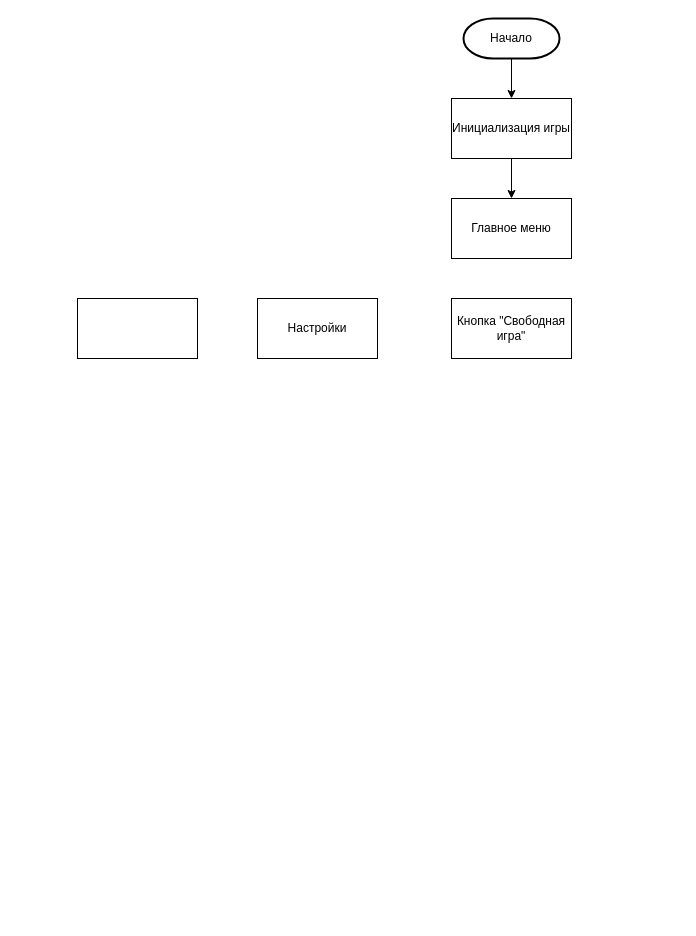
BatCatRus/Spelled_Blood keeps this draw.io diagram as Блок-схема.drawio. Above is the earlier version. Source tidied: cells renumbered, new cells numbered last; positions are measured from the earlier drawing's top-left corner, leaving out a move shared by most shapes. Both pictures are drawn from the tidied source at 100%, with x=0, y=0 at pixel (77, 18).
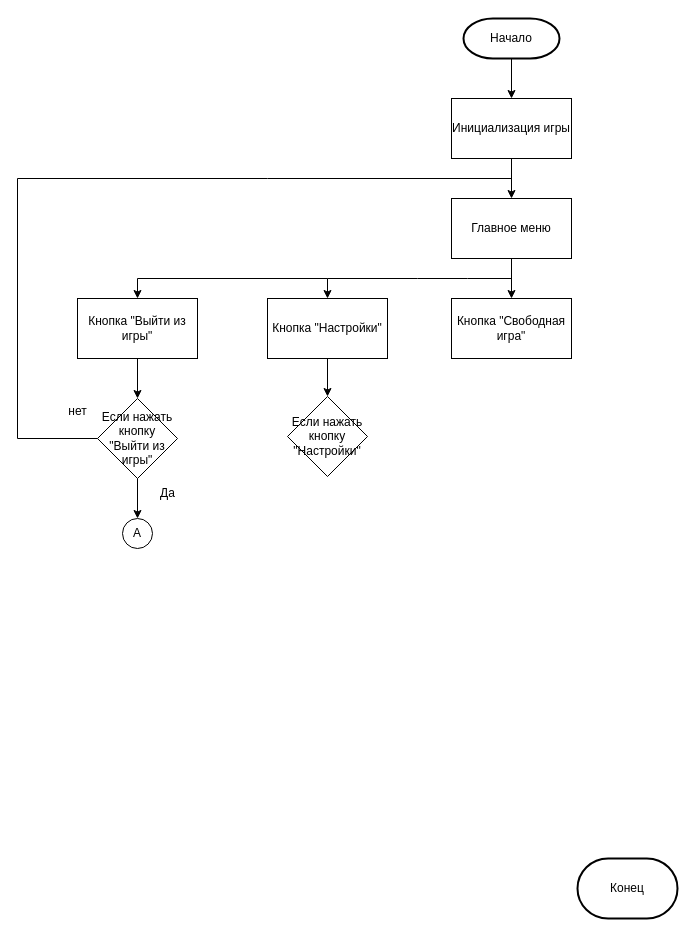
The same diagram, later.

The change refers to these unchanged cells:
```xml
<mxCell id="4" value="Инициализация игры" style="rounded=0;whiteSpace=wrap;html=1;" parent="1" vertex="1">
  <mxGeometry x="374" y="80" width="120" height="60" as="geometry" />
</mxCell>
<mxCell id="5" value="Главное меню" style="rounded=0;whiteSpace=wrap;html=1;" parent="1" vertex="1">
  <mxGeometry x="374" y="180" width="120" height="60" as="geometry" />
</mxCell>
<mxCell id="8" value="Кнопка &quot;Свободная игра&quot;" style="rounded=0;whiteSpace=wrap;html=1;" parent="1" vertex="1">
  <mxGeometry x="374" y="280" width="120" height="60" as="geometry" />
</mxCell>
```

The edit, as a diff of the source:
```diff
@@
-    <mxCell id="7" value="Настройки" style="rounded=0;whiteSpace=wrap;html=1;" parent="1" vertex="1">
-      <mxGeometry x="180" y="280" width="120" height="60" as="geometry" />
+    <mxCell id="7" value="Кнопка &quot;Настройки&quot;" style="rounded=0;whiteSpace=wrap;html=1;" parent="1" vertex="1">
+      <mxGeometry x="190" y="280" width="120" height="60" as="geometry" />
     </mxCell>
@@
-    <mxCell id="9" style="rounded=0;whiteSpace=wrap;html=1;" parent="1" vertex="1">
+    <mxCell id="9" value="Кнопка &quot;Выйти из игры&quot;" style="rounded=0;whiteSpace=wrap;html=1;" parent="1" vertex="1">
       <mxGeometry y="280" width="120" height="60" as="geometry" />
     </mxCell>
+    <mxCell id="10" style="endArrow=classic;html=1;rounded=0;entryX=0.5;entryY=0;entryDx=0;entryDy=0;exitX=0.5;exitY=1;exitDx=0;exitDy=0;" parent="1" edge="1" source="5" target="8">
+      <mxGeometry relative="1" as="geometry" />
+    </mxCell>
+    <mxCell id="11" style="endArrow=classic;html=1;rounded=0;entryX=0.5;entryY=0;entryDx=0;entryDy=0;startSize=5;exitX=0.5;exitY=1;exitDx=0;exitDy=0;" parent="1" edge="1" source="5" target="7">
+      <mxGeometry relative="1" as="geometry">
+        <Array as="points">
+          <mxPoint x="434" y="260" />
+          <mxPoint x="390" y="260" />
+          <mxPoint x="340" y="260" />
+          <mxPoint x="250" y="260" />
+        </Array>
+      </mxGeometry>
+    </mxCell>
+    <mxCell id="12" style="endArrow=classic;html=1;rounded=0;entryX=0.5;entryY=0;entryDx=0;entryDy=0;" parent="1" edge="1" target="9">
+      <mxGeometry relative="1" as="geometry">
+        <mxPoint x="250" y="260" as="sourcePoint" />
+        <Array as="points">
+          <mxPoint x="60" y="260" />
+        </Array>
+      </mxGeometry>
+    </mxCell>
+    <mxCell id="13" value="Если нажать кнопку &quot;Выйти из игры&quot;" style="rhombus;whiteSpace=wrap;html=1;" parent="1" vertex="1">
+      <mxGeometry x="20" y="380" width="80" height="80" as="geometry" />
+    </mxCell>
+    <mxCell id="14" style="endArrow=classic;html=1;rounded=0;exitX=0.5;exitY=1;exitDx=0;exitDy=0;entryX=0.5;entryY=0;entryDx=0;entryDy=0;" parent="1" edge="1" source="9" target="13">
+      <mxGeometry relative="1" as="geometry" />
+    </mxCell>
+    <mxCell id="15" style="endArrow=none;html=1;rounded=0;exitX=0;exitY=0.5;exitDx=0;exitDy=0;entryX=0.5;entryY=1;entryDx=0;entryDy=0;endFill=0;" parent="1" edge="1" source="13" target="4">
+      <mxGeometry relative="1" as="geometry">
+        <Array as="points">
+          <mxPoint x="-60" y="420" />
+          <mxPoint x="-60" y="160" />
+          <mxPoint x="190" y="160" />
+          <mxPoint x="434" y="160" />
+        </Array>
+      </mxGeometry>
+    </mxCell>
+    <mxCell id="16" value="Конец" style="strokeWidth=2;html=1;shape=mxgraph.flowchart.terminator;whiteSpace=wrap;direction=west;" parent="1" vertex="1">
+      <mxGeometry x="500" y="840" width="100" height="60" as="geometry" />
+    </mxCell>
+    <mxCell id="17" value="нет" style="text;html=1;align=center;verticalAlign=middle;strokeColor=none;fillColor=none;" parent="1" vertex="1">
+      <mxGeometry x="-20" y="378" width="40" height="30" as="geometry" />
+    </mxCell>
+    <mxCell id="18" value="Да" style="text;html=1;align=center;verticalAlign=middle;strokeColor=none;fillColor=none;" parent="1" vertex="1">
+      <mxGeometry x="70" y="460" width="40" height="30" as="geometry" />
+    </mxCell>
+    <mxCell id="19" style="endArrow=classic;html=1;rounded=0;exitX=0.5;exitY=1;exitDx=0;exitDy=0;" parent="1" edge="1" source="13">
+      <mxGeometry relative="1" as="geometry">
+        <mxPoint x="60" y="500" as="targetPoint" />
+      </mxGeometry>
+    </mxCell>
+    <mxCell id="20" value="Если нажать кнопку &quot;Настройки&quot;" style="rhombus;whiteSpace=wrap;html=1;" parent="1" vertex="1">
+      <mxGeometry x="210" y="378" width="80" height="80" as="geometry" />
+    </mxCell>
+    <mxCell id="21" style="endArrow=classic;html=1;rounded=0;exitX=0.5;exitY=1;exitDx=0;exitDy=0;entryX=0.5;entryY=0;entryDx=0;entryDy=0;" parent="1" edge="1" source="7" target="20">
+      <mxGeometry relative="1" as="geometry" />
+    </mxCell>
+    <mxCell id="22" value="А" style="ellipse;whiteSpace=wrap;html=1;" parent="1" vertex="1">
+      <mxGeometry x="45" y="500" width="30" height="30" as="geometry" />
+    </mxCell>
```
